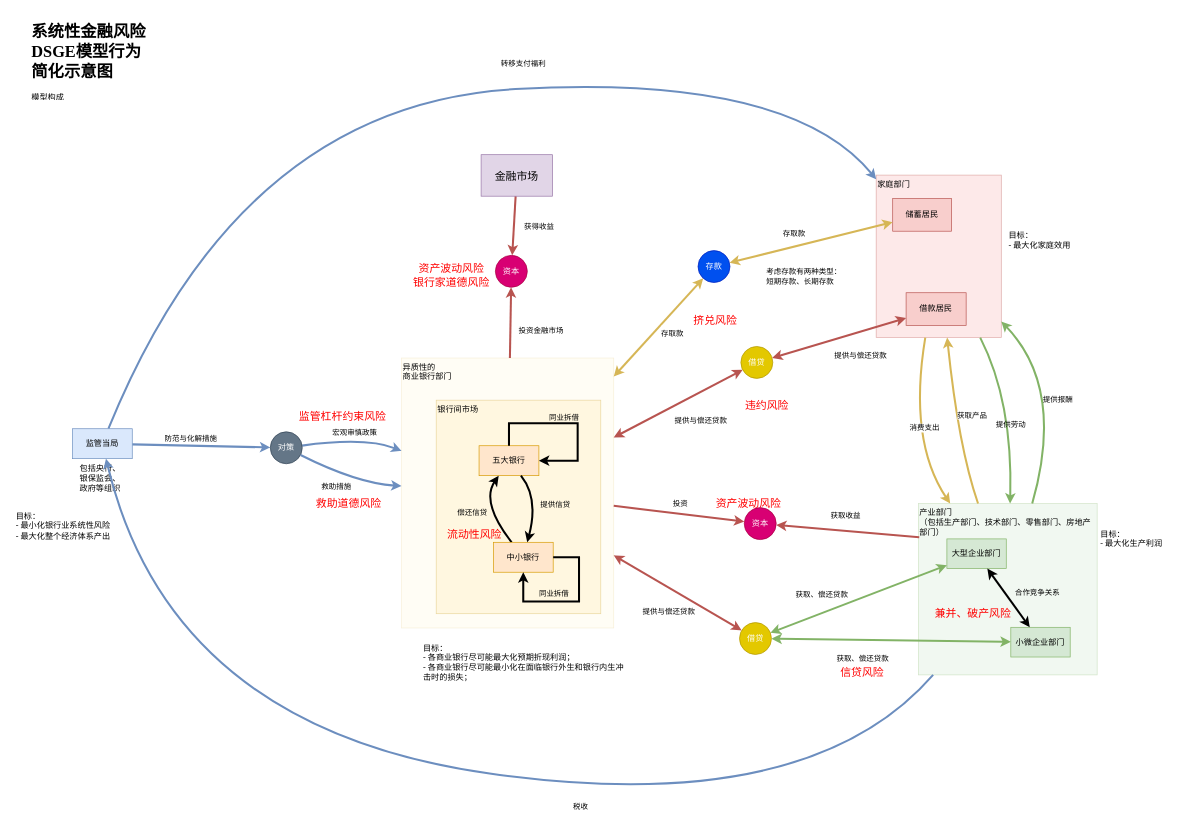
This is page "系统性金融风险DSGE模型行为简化示意图" (2 of 14) of Models/模型框架示意图/系统性金融风险建模.drawio from ComplexScienceLab/SystemicRiskSimulator, a draw.io file, before an edit. Source tidied: cells renumbered, new cells numbered last; positions are measured from the earlier drawing's top-left corner, leaving out a move shared by most shapes. Both pictures are drawn from the tidied source at 68%, with x=0, y=0 at pixel (14, 18).
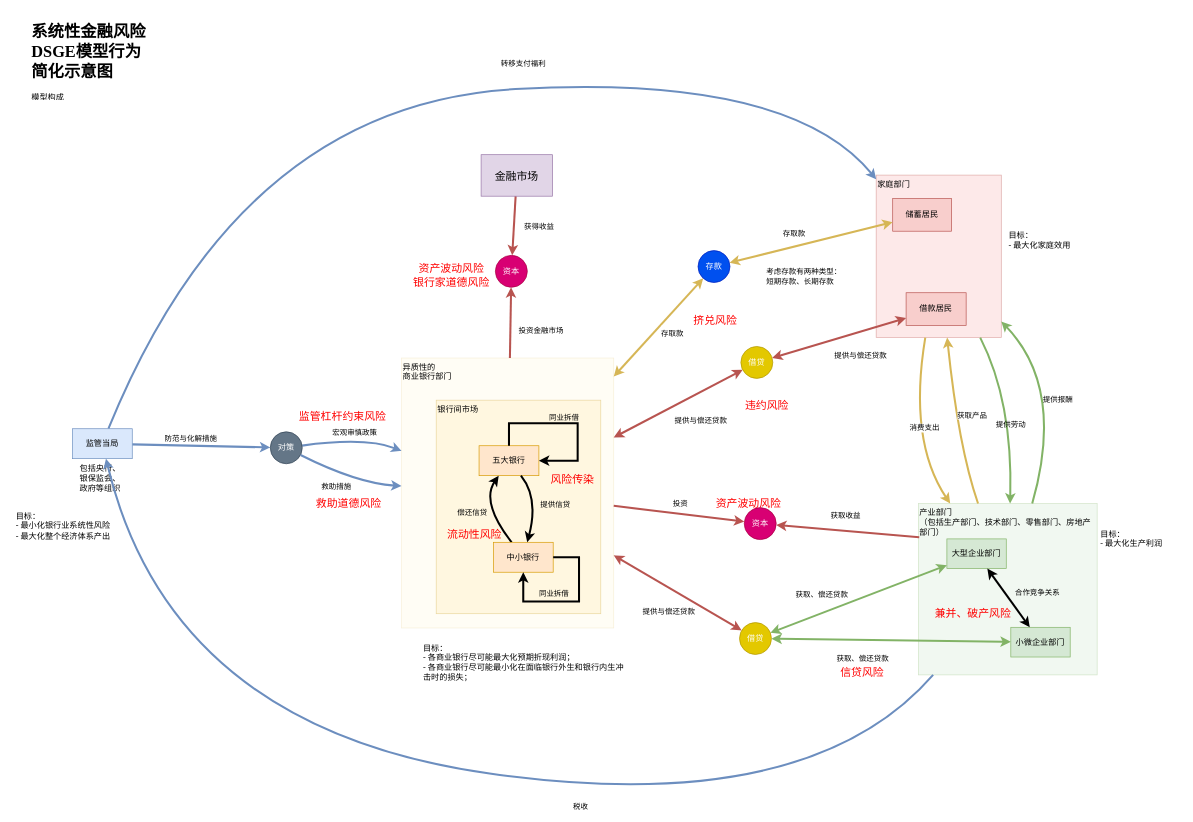
Above is the later version.

Unchanged cells that the change refers to:
```xml
<mxCell id="13" style="edgeStyle=none;curved=1;jettySize=auto;html=1;endArrow=classic;endFill=1;strokeWidth=3;fontFamily=Times New Roman;" parent="9" edge="1" source="16" target="12">
  <mxGeometry x="1" y="-66" as="geometry">
    <Array as="points">
      <mxPoint x="116" y="212" />
    </Array>
  </mxGeometry>
</mxCell>
```

Change to the diagram source:
```diff
@@
+    <mxCell id="87" value="风险传染" style="edgeLabel;html=1;align=center;verticalAlign=middle;fontColor=#FF0000;labelBackgroundColor=none;fontSize=16;fontFamily=Times New Roman;" parent="13" vertex="1">
+      <mxGeometry relative="1" as="geometry">
+        <mxPoint x="126" y="-44" as="offset" />
+      </mxGeometry>
+    </mxCell>
```
